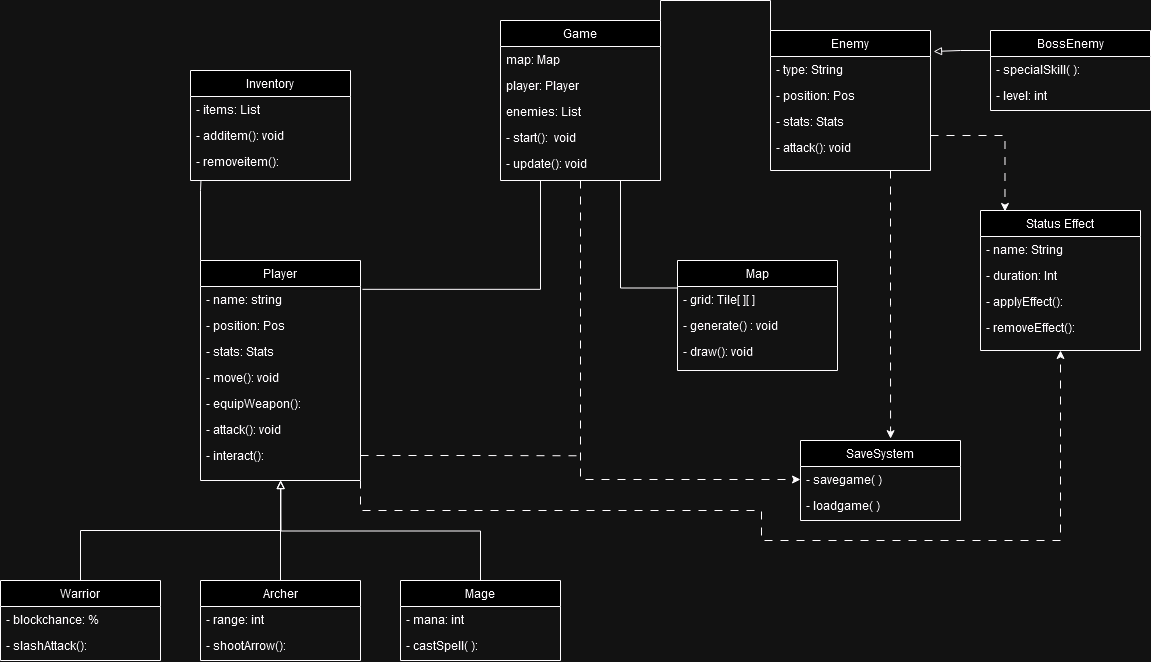
This is UML_Klasowy.drawio.png from Monday1515/Grzegorz_Rybakowski_Obiektowe, a draw.io export, as it was before one commit. Source tidied: cells renumbered, new cells last; positions are measured from the earlier drawing's top-left corner, leaving out a move shared by most shapes.
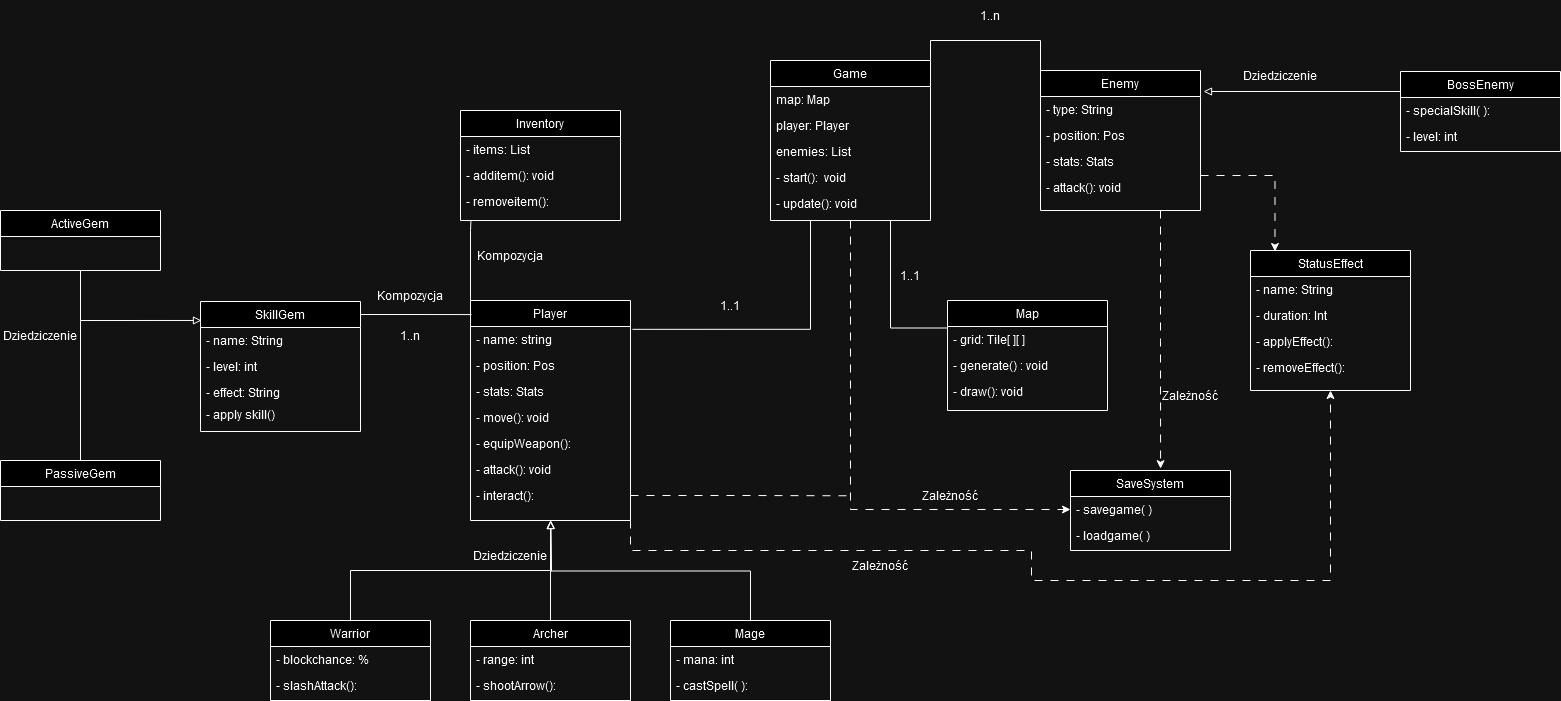
After the change.

Commit message:
Poprawione schematy UML

The edit, as a diff of the source:
```diff
@@ -157,7 +157,7 @@
       <mxGeometry y="52" width="160" height="26" as="geometry" />
     </mxCell>
     <mxCell id="47" value="BossEnemy" style="swimlane;fontStyle=0;align=center;verticalAlign=top;horizontal=1;startSize=26;rounded=0;shadow=0;strokeWidth=1;" parent="1" vertex="1">
-      <mxGeometry x="990" y="10" width="160" height="80" as="geometry" />
+      <mxGeometry x="1130" y="11" width="160" height="80" as="geometry" />
     </mxCell>
     <mxCell id="48" value="- specialSkill( ):" style="text;align=left;verticalAlign=top;spacingLeft=4;spacingRight=4;overflow=hidden;fontStyle=0;" parent="47" vertex="1">
       <mxGeometry y="26" width="160" height="26" as="geometry" />
@@ -165,7 +165,7 @@
     <mxCell id="49" value="- level: int" style="text;align=left;verticalAlign=top;spacingLeft=4;spacingRight=4;overflow=hidden;" parent="47" vertex="1">
       <mxGeometry y="52" width="160" height="26" as="geometry" />
     </mxCell>
-    <mxCell id="50" value="Status Effect" style="swimlane;fontStyle=0;align=center;verticalAlign=top;horizontal=1;startSize=26;rounded=0;shadow=0;strokeWidth=1;" parent="1" vertex="1">
+    <mxCell id="50" value="StatusEffect" style="swimlane;fontStyle=0;align=center;verticalAlign=top;horizontal=1;startSize=26;rounded=0;shadow=0;strokeWidth=1;" parent="1" vertex="1">
       <mxGeometry x="980" y="190" width="160" height="140" as="geometry" />
     </mxCell>
     <mxCell id="51" value="- name: String" style="text;align=left;verticalAlign=top;spacingLeft=4;spacingRight=4;overflow=hidden;fontStyle=0;" parent="50" vertex="1">
@@ -181,7 +181,7 @@
       <mxGeometry y="104" width="160" height="26" as="geometry" />
     </mxCell>
     <mxCell id="55" value="SaveSystem" style="swimlane;fontStyle=0;align=center;verticalAlign=top;horizontal=1;startSize=26;rounded=0;shadow=0;strokeWidth=1;" parent="1" vertex="1">
-      <mxGeometry x="800" y="420" width="160" height="80" as="geometry" />
+      <mxGeometry x="800" y="410" width="160" height="80" as="geometry" />
     </mxCell>
     <mxCell id="56" value="- savegame( )" style="text;align=left;verticalAlign=top;spacingLeft=4;spacingRight=4;overflow=hidden;points=[[0,0.5],[1,0.5]];portConstraint=eastwest;fontStyle=0;" parent="55" vertex="1">
       <mxGeometry y="26" width="160" height="26" as="geometry" />
@@ -201,5 +201,73 @@
     <mxCell id="61" style="edgeStyle=orthogonalEdgeStyle;rounded=0;jettySize=auto;html=1;exitX=1;exitY=0.75;exitDx=0;exitDy=0;entryX=0.153;entryY=0.007;entryDx=0;entryDy=0;entryPerimeter=0;dashed=1;dashPattern=8 8;" parent="1" edge="1" source="17" target="50">
       <mxGeometry relative="1" as="geometry" />
     </mxCell>
+    <mxCell id="62" value="Dziedziczenie" style="text;html=1;align=center;verticalAlign=middle;whiteSpace=wrap;rounded=0;" parent="1" vertex="1">
+      <mxGeometry x="980" width="60" height="30" as="geometry" />
+    </mxCell>
+    <mxCell id="63" value="Dziedziczenie" style="text;html=1;align=center;verticalAlign=middle;whiteSpace=wrap;rounded=0;" parent="1" vertex="1">
+      <mxGeometry x="210" y="480" width="60" height="30" as="geometry" />
+    </mxCell>
+    <mxCell id="64" value="1..1" style="text;html=1;align=center;verticalAlign=middle;whiteSpace=wrap;rounded=0;" parent="1" vertex="1">
+      <mxGeometry x="430" y="230" width="60" height="30" as="geometry" />
+    </mxCell>
+    <mxCell id="65" value="1..n" style="text;html=1;align=center;verticalAlign=middle;whiteSpace=wrap;rounded=0;" parent="1" vertex="1">
+      <mxGeometry x="690" y="-60" width="60" height="30" as="geometry" />
+    </mxCell>
+    <mxCell id="66" value="1..1" style="text;html=1;align=center;verticalAlign=middle;whiteSpace=wrap;rounded=0;" parent="1" vertex="1">
+      <mxGeometry x="610" y="200" width="60" height="30" as="geometry" />
+    </mxCell>
+    <mxCell id="67" value="Kompozycja" style="text;html=1;align=center;verticalAlign=middle;whiteSpace=wrap;rounded=0;" parent="1" vertex="1">
+      <mxGeometry x="210" y="180" width="60" height="30" as="geometry" />
+    </mxCell>
+    <mxCell id="68" value="Zależność" style="text;html=1;align=center;verticalAlign=middle;whiteSpace=wrap;rounded=0;" parent="1" vertex="1">
+      <mxGeometry x="580" y="490" width="60" height="30" as="geometry" />
+    </mxCell>
+    <mxCell id="69" value="Zależność" style="text;html=1;align=center;verticalAlign=middle;whiteSpace=wrap;rounded=0;" parent="1" vertex="1">
+      <mxGeometry x="650" y="420" width="60" height="30" as="geometry" />
+    </mxCell>
+    <mxCell id="70" value="Zależność" style="text;html=1;align=center;verticalAlign=middle;whiteSpace=wrap;rounded=0;" parent="1" vertex="1">
+      <mxGeometry x="890" y="320" width="60" height="30" as="geometry" />
+    </mxCell>
+    <mxCell id="71" value="SkillGem" style="swimlane;fontStyle=0;align=center;verticalAlign=top;horizontal=1;startSize=26;rounded=0;shadow=0;strokeWidth=1;" parent="1" vertex="1">
+      <mxGeometry x="-70" y="241" width="160" height="130" as="geometry" />
+    </mxCell>
+    <mxCell id="72" value="- name: String" style="text;align=left;verticalAlign=top;spacingLeft=4;spacingRight=4;overflow=hidden;fontStyle=0;" parent="71" vertex="1">
+      <mxGeometry y="26" width="160" height="26" as="geometry" />
+    </mxCell>
+    <mxCell id="73" value="- level: int" style="text;align=left;verticalAlign=top;spacingLeft=4;spacingRight=4;overflow=hidden;" parent="71" vertex="1">
+      <mxGeometry y="52" width="160" height="26" as="geometry" />
+    </mxCell>
+    <mxCell id="74" value="- effect: String" style="text;align=left;verticalAlign=top;spacingLeft=4;spacingRight=4;overflow=hidden;" parent="71" vertex="1">
+      <mxGeometry y="78" width="160" height="22" as="geometry" />
+    </mxCell>
+    <mxCell id="75" value="- apply skill()" style="text;align=left;verticalAlign=top;spacingLeft=4;spacingRight=4;overflow=hidden;" parent="71" vertex="1">
+      <mxGeometry y="100" width="160" height="26" as="geometry" />
+    </mxCell>
+    <mxCell id="76" value="ActiveGem" style="swimlane;fontStyle=0;align=center;verticalAlign=top;horizontal=1;startSize=26;rounded=0;shadow=0;strokeWidth=1;" parent="1" vertex="1">
+      <mxGeometry x="-270" y="150" width="160" height="60" as="geometry" />
+    </mxCell>
+    <mxCell id="77" style="edgeStyle=orthogonalEdgeStyle;rounded=0;jettySize=auto;html=1;exitX=0.5;exitY=0;exitDx=0;exitDy=0;endArrow=none;endFill=0;" parent="1" edge="1" source="78">
+      <mxGeometry relative="1" as="geometry">
+        <mxPoint x="-190" y="260" as="targetPoint" />
+      </mxGeometry>
+    </mxCell>
+    <mxCell id="78" value="PassiveGem" style="swimlane;fontStyle=0;align=center;verticalAlign=top;horizontal=1;startSize=26;rounded=0;shadow=0;strokeWidth=1;" parent="1" vertex="1">
+      <mxGeometry x="-270" y="400" width="160" height="60" as="geometry" />
+    </mxCell>
+    <mxCell id="79" style="edgeStyle=orthogonalEdgeStyle;rounded=0;jettySize=auto;html=1;exitX=1;exitY=0.1;exitDx=0;exitDy=0;entryX=0.006;entryY=0.064;entryDx=0;entryDy=0;entryPerimeter=0;exitPerimeter=0;endArrow=none;endFill=0;" parent="1" edge="1" source="71" target="4">
+      <mxGeometry relative="1" as="geometry" />
+    </mxCell>
+    <mxCell id="80" value="1..n" style="text;html=1;align=center;verticalAlign=middle;whiteSpace=wrap;rounded=0;" parent="1" vertex="1">
+      <mxGeometry x="110" y="260" width="60" height="30" as="geometry" />
+    </mxCell>
+    <mxCell id="81" value="Kompozycja" style="text;html=1;align=center;verticalAlign=middle;whiteSpace=wrap;rounded=0;" parent="1" vertex="1">
+      <mxGeometry x="110" y="220" width="60" height="30" as="geometry" />
+    </mxCell>
+    <mxCell id="82" style="edgeStyle=orthogonalEdgeStyle;rounded=0;jettySize=auto;html=1;exitX=0.5;exitY=1;exitDx=0;exitDy=0;entryX=0.006;entryY=0.146;entryDx=0;entryDy=0;entryPerimeter=0;endArrow=block;endFill=0;" parent="1" edge="1" source="76" target="71">
+      <mxGeometry relative="1" as="geometry" />
+    </mxCell>
+    <mxCell id="83" value="Dziedziczenie" style="text;html=1;align=center;verticalAlign=middle;whiteSpace=wrap;rounded=0;" parent="1" vertex="1">
+      <mxGeometry x="-260" y="260" width="60" height="30" as="geometry" />
+    </mxCell>
   </root>
 </mxGraphModel>
```
